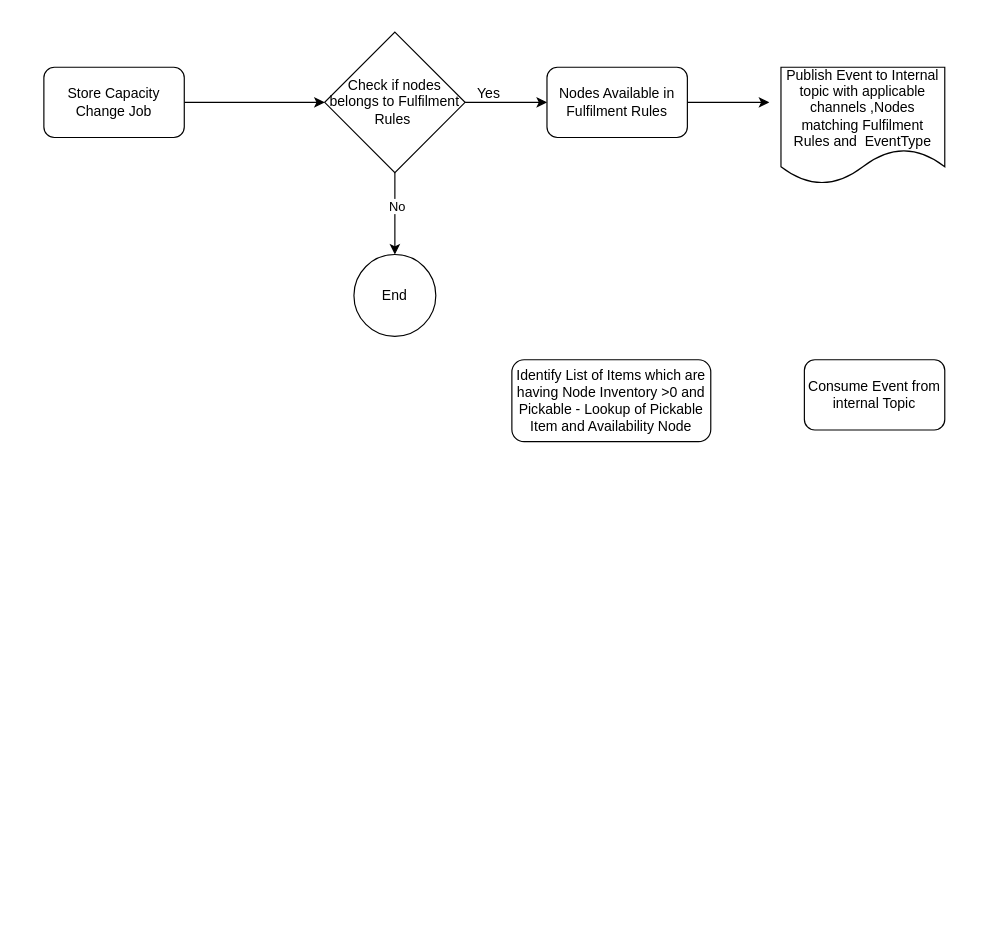
Before: page "Channel Definition Change - Capacity Filled Job" (3 of 6) of api-spec/Untitled Diagram.drawio in saravanadharmarajan/shopping-carts, a draw.io diagram. Source tidied: cells renumbered, new cells numbered last; positions are measured from the earlier drawing's top-left corner, leaving out a move shared by most shapes. Both pictures are drawn from the tidied source at 117%, with x=0, y=0 at pixel (43, 32).
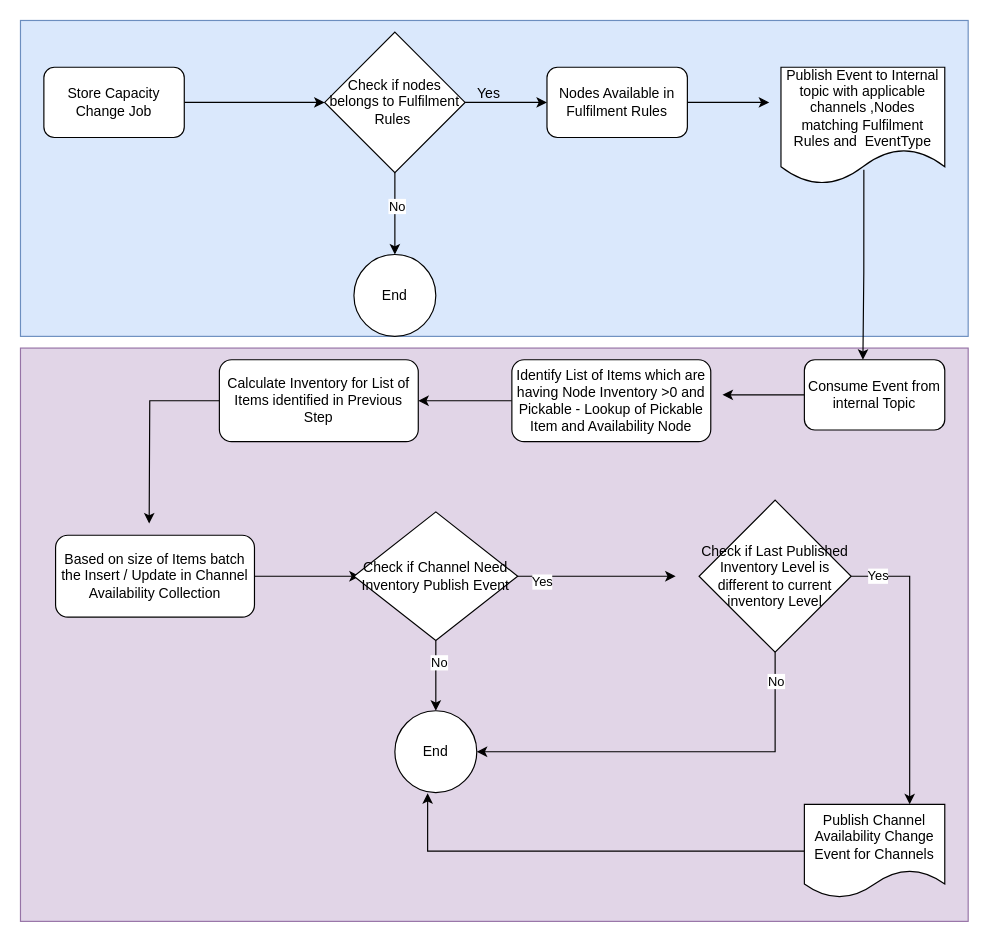
After the change.

Unchanged cells that the change refers to:
```xml
<mxCell id="12" value="Publish Event to Internal topic with applicable channels ,Nodes matching Fulfilment Rules and&amp;nbsp; EventType" style="shape=document;whiteSpace=wrap;html=1;boundedLbl=1;" parent="1" vertex="1">
  <mxGeometry x="630" y="30" width="140" height="100" as="geometry" />
</mxCell>
<mxCell id="13" value="Consume Event from internal Topic" style="rounded=1;whiteSpace=wrap;html=1;" parent="1" vertex="1">
  <mxGeometry x="650" y="280" width="120" height="60" as="geometry" />
</mxCell>
<mxCell id="14" value="Identify List of Items which are having Node Inventory &amp;gt;0 and Pickable - Lookup of Pickable Item and Availability Node" style="rounded=1;whiteSpace=wrap;html=1;" parent="1" vertex="1">
  <mxGeometry x="400" y="280" width="170" height="70" as="geometry" />
</mxCell>
```

The edit, as a diff of the source:
```diff
@@
+    <mxCell id="15" style="rounded=0;whiteSpace=wrap;html=1;fillColor=#e1d5e7;strokeColor=#9673a6;" parent="1" vertex="1">
+      <mxGeometry x="-20" y="270" width="810" height="490" as="geometry" />
+    </mxCell>
+    <mxCell id="16" style="rounded=0;whiteSpace=wrap;html=1;fillColor=#dae8fc;strokeColor=#6c8ebf;" parent="1" vertex="1">
+      <mxGeometry x="-20" y="-10" width="810" height="270" as="geometry" />
+    </mxCell>
@@
+    <mxCell id="17" style="edgeStyle=orthogonalEdgeStyle;rounded=0;jettySize=auto;html=1;entryX=0.417;entryY=0;entryDx=0;entryDy=0;entryPerimeter=0;exitX=0.506;exitY=0.876;exitDx=0;exitDy=0;exitPerimeter=0;" parent="1" edge="1" source="12" target="13">
+      <mxGeometry relative="1" as="geometry" />
+    </mxCell>
@@
+    <mxCell id="18" style="edgeStyle=orthogonalEdgeStyle;rounded=0;jettySize=auto;html=1;" parent="1" edge="1" source="13">
+      <mxGeometry relative="1" as="geometry">
+        <mxPoint x="580" y="310" as="targetPoint" />
+      </mxGeometry>
+    </mxCell>
@@
+    <mxCell id="19" style="edgeStyle=orthogonalEdgeStyle;rounded=0;jettySize=auto;html=1;entryX=1;entryY=0.5;entryDx=0;entryDy=0;" parent="1" edge="1" source="14" target="21">
+      <mxGeometry relative="1" as="geometry" />
+    </mxCell>
@@
+    <mxCell id="20" style="edgeStyle=orthogonalEdgeStyle;rounded=0;jettySize=auto;html=1;" parent="1" edge="1" source="21">
+      <mxGeometry relative="1" as="geometry">
+        <mxPoint x="90" y="420" as="targetPoint" />
+      </mxGeometry>
+    </mxCell>
+    <mxCell id="21" value="Calculate Inventory for List of Items identified in Previous Step" style="rounded=1;whiteSpace=wrap;html=1;" parent="1" vertex="1">
+      <mxGeometry x="150" y="280" width="170" height="70" as="geometry" />
+    </mxCell>
+    <mxCell id="22" style="edgeStyle=orthogonalEdgeStyle;rounded=0;jettySize=auto;html=1;" parent="1" edge="1" source="23">
+      <mxGeometry relative="1" as="geometry">
+        <mxPoint x="270" y="465" as="targetPoint" />
+      </mxGeometry>
+    </mxCell>
+    <mxCell id="23" value="Based on size of Items batch the Insert / Update in Channel Availability Collection" style="rounded=1;whiteSpace=wrap;html=1;" parent="1" vertex="1">
+      <mxGeometry x="10" y="430" width="170" height="70" as="geometry" />
+    </mxCell>
+    <mxCell id="24" style="edgeStyle=orthogonalEdgeStyle;rounded=0;jettySize=auto;html=1;exitX=1;exitY=0.5;exitDx=0;exitDy=0;entryX=0.75;entryY=0;entryDx=0;entryDy=0;" parent="1" edge="1" source="28" target="36">
+      <mxGeometry relative="1" as="geometry" />
+    </mxCell>
+    <mxCell id="25" value="Yes" style="edgeLabel;html=1;align=center;verticalAlign=middle;" parent="24" vertex="1">
+      <mxGeometry x="-0.82" y="1" relative="1" as="geometry" />
+    </mxCell>
+    <mxCell id="26" style="edgeStyle=orthogonalEdgeStyle;rounded=0;jettySize=auto;html=1;exitX=0.5;exitY=1;exitDx=0;exitDy=0;entryX=1;entryY=0.5;entryDx=0;entryDy=0;" parent="1" edge="1" source="28" target="34">
+      <mxGeometry relative="1" as="geometry" />
+    </mxCell>
+    <mxCell id="27" value="No" style="edgeLabel;html=1;align=center;verticalAlign=middle;" parent="26" vertex="1">
+      <mxGeometry x="-0.86" relative="1" as="geometry" />
+    </mxCell>
+    <mxCell id="28" value="Check if Last Published Inventory Level is different to current inventory Level" style="rhombus;whiteSpace=wrap;html=1;" parent="1" vertex="1">
+      <mxGeometry x="560" y="400" width="130" height="130" as="geometry" />
+    </mxCell>
+    <mxCell id="29" style="edgeStyle=orthogonalEdgeStyle;rounded=0;jettySize=auto;html=1;" parent="1" edge="1" source="33">
+      <mxGeometry relative="1" as="geometry">
+        <mxPoint x="540" y="465" as="targetPoint" />
+      </mxGeometry>
+    </mxCell>
+    <mxCell id="30" value="Yes" style="edgeLabel;html=1;align=center;verticalAlign=middle;" parent="29" vertex="1">
+      <mxGeometry x="-0.71" y="-4" relative="1" as="geometry" />
+    </mxCell>
+    <mxCell id="31" style="edgeStyle=orthogonalEdgeStyle;rounded=0;jettySize=auto;html=1;" parent="1" edge="1" source="33">
+      <mxGeometry relative="1" as="geometry">
+        <mxPoint x="335" y="580" as="targetPoint" />
+      </mxGeometry>
+    </mxCell>
+    <mxCell id="32" value="No" style="edgeLabel;html=1;align=center;verticalAlign=middle;" parent="31" vertex="1">
+      <mxGeometry x="-0.41" y="2" relative="1" as="geometry" />
+    </mxCell>
+    <mxCell id="33" value="Check if Channel Need Inventory Publish Event" style="rhombus;whiteSpace=wrap;html=1;" parent="1" vertex="1">
+      <mxGeometry x="265" y="410" width="140" height="110" as="geometry" />
+    </mxCell>
+    <mxCell id="34" value="End" style="ellipse;whiteSpace=wrap;html=1;" parent="1" vertex="1">
+      <mxGeometry x="300" y="580" width="70" height="70" as="geometry" />
+    </mxCell>
+    <mxCell id="35" style="edgeStyle=orthogonalEdgeStyle;rounded=0;jettySize=auto;html=1;exitX=0;exitY=0.5;exitDx=0;exitDy=0;entryX=0.4;entryY=1.006;entryDx=0;entryDy=0;entryPerimeter=0;" parent="1" edge="1" source="36" target="34">
+      <mxGeometry relative="1" as="geometry" />
+    </mxCell>
+    <mxCell id="36" value="Publish Channel Availability Change Event for Channels" style="shape=document;whiteSpace=wrap;html=1;boundedLbl=1;" parent="1" vertex="1">
+      <mxGeometry x="650" y="660" width="120" height="80" as="geometry" />
+    </mxCell>
```
